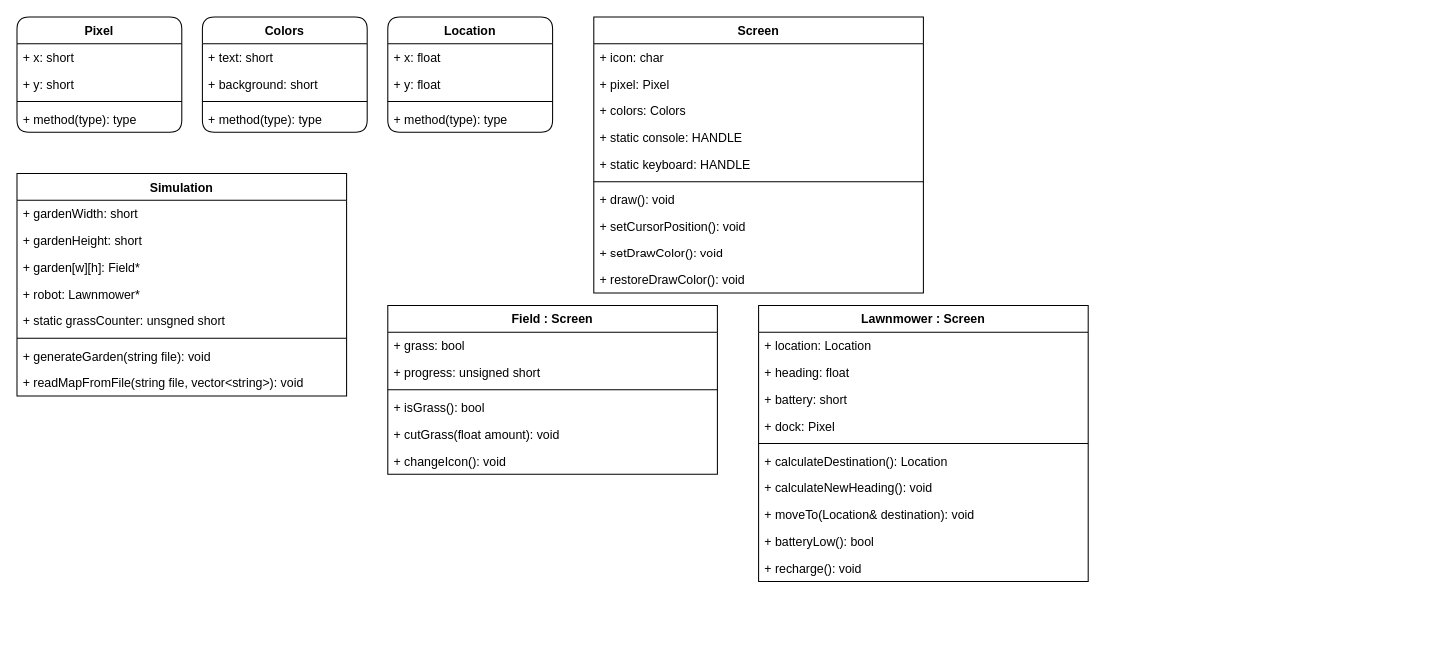
theqbz/Lawnmower keeps this draw.io diagram as classes.drawio. Above is the earlier version. Source tidied: cells renumbered, new cells numbered last; positions are measured from the earlier drawing's top-left corner, leaving out a move shared by most shapes. Both pictures are drawn from the tidied source at 103%, with x=0, y=0 at pixel (16, 16).
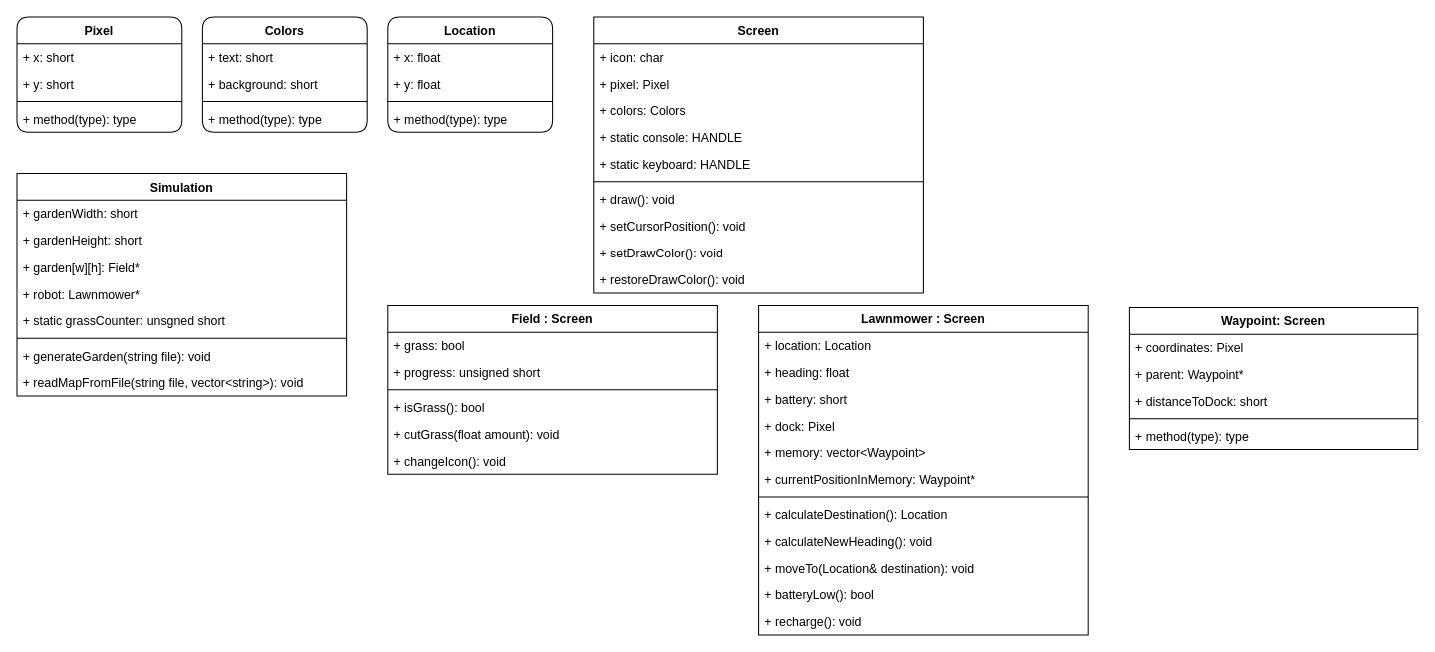
The same diagram, later.

What changed in the source:
```diff
@@
     <mxCell id="2" value="Lawnmower : Screen" style="swimlane;fontStyle=1;align=center;verticalAlign=top;horizontal=1;startSize=26;" parent="1" vertex="1">
-      <mxGeometry x="720" y="280" width="320" height="268" as="geometry" />
+      <mxGeometry x="720" y="280" width="320" height="320" as="geometry" />
     </mxCell>
@@
+    <mxCell id="55" value="+ memory: vector&lt;Waypoint&gt;" style="text;strokeColor=none;fillColor=none;align=left;verticalAlign=top;spacingLeft=4;spacingRight=4;overflow=hidden;" parent="2" vertex="1">
+      <mxGeometry y="130" width="320" height="26" as="geometry" />
+    </mxCell>
+    <mxCell id="56" value="+ currentPositionInMemory: Waypoint*" style="text;strokeColor=none;fillColor=none;align=left;verticalAlign=top;spacingLeft=4;spacingRight=4;overflow=hidden;" parent="2" vertex="1">
+      <mxGeometry y="156" width="320" height="26" as="geometry" />
+    </mxCell>
     <mxCell id="7" style="line;strokeWidth=1;fillColor=none;align=left;verticalAlign=middle;spacingTop=-1;spacingLeft=3;spacingRight=3;labelPosition=right;strokeColor=inherit;" parent="2" vertex="1">
-      <mxGeometry y="130" width="320" height="8" as="geometry" />
+      <mxGeometry y="182" width="320" height="8" as="geometry" />
     </mxCell>
     <mxCell id="8" value="+ calculateDestination(): Location" style="text;strokeColor=none;fillColor=none;align=left;verticalAlign=top;spacingLeft=4;spacingRight=4;overflow=hidden;" parent="2" vertex="1">
-      <mxGeometry y="138" width="320" height="26" as="geometry" />
+      <mxGeometry y="190" width="320" height="26" as="geometry" />
     </mxCell>
     <mxCell id="9" value="+ calculateNewHeading(): void" style="text;strokeColor=none;fillColor=none;align=left;verticalAlign=top;spacingLeft=4;spacingRight=4;overflow=hidden;" parent="2" vertex="1">
-      <mxGeometry y="164" width="320" height="26" as="geometry" />
+      <mxGeometry y="216" width="320" height="26" as="geometry" />
     </mxCell>
     <mxCell id="10" value="+ moveTo(Location&amp; destination): void" style="text;strokeColor=none;fillColor=none;align=left;verticalAlign=top;spacingLeft=4;spacingRight=4;overflow=hidden;" parent="2" vertex="1">
-      <mxGeometry y="190" width="320" height="26" as="geometry" />
+      <mxGeometry y="242" width="320" height="26" as="geometry" />
     </mxCell>
     <mxCell id="11" value="+ batteryLow(): bool" style="text;strokeColor=none;fillColor=none;align=left;verticalAlign=top;spacingLeft=4;spacingRight=4;overflow=hidden;" parent="2" vertex="1">
-      <mxGeometry y="216" width="320" height="26" as="geometry" />
+      <mxGeometry y="268" width="320" height="26" as="geometry" />
     </mxCell>
     <mxCell id="12" value="+ recharge(): void" style="text;strokeColor=none;fillColor=none;align=left;verticalAlign=top;spacingLeft=4;spacingRight=4;overflow=hidden;" parent="2" vertex="1">
-      <mxGeometry y="242" width="320" height="26" as="geometry" />
+      <mxGeometry y="294" width="320" height="26" as="geometry" />
     </mxCell>
@@
+    <mxCell id="57" value="Waypoint: Screen" style="swimlane;fontStyle=1;align=center;verticalAlign=top;horizontal=1;startSize=26;rounded=0;" parent="1" vertex="1">
+      <mxGeometry x="1080" y="282" width="280" height="138" as="geometry" />
+    </mxCell>
+    <mxCell id="58" value="+ coordinates: Pixel" style="text;strokeColor=none;fillColor=none;align=left;verticalAlign=top;spacingLeft=4;spacingRight=4;overflow=hidden;rounded=1;" parent="57" vertex="1">
+      <mxGeometry y="26" width="280" height="26" as="geometry" />
+    </mxCell>
+    <mxCell id="59" value="+ parent: Waypoint*" style="text;strokeColor=none;fillColor=none;align=left;verticalAlign=top;spacingLeft=4;spacingRight=4;overflow=hidden;rounded=1;" parent="57" vertex="1">
+      <mxGeometry y="52" width="280" height="26" as="geometry" />
+    </mxCell>
+    <mxCell id="60" value="+ distanceToDock: short" style="text;strokeColor=none;fillColor=none;align=left;verticalAlign=top;spacingLeft=4;spacingRight=4;overflow=hidden;rounded=1;" parent="57" vertex="1">
+      <mxGeometry y="78" width="280" height="26" as="geometry" />
+    </mxCell>
+    <mxCell id="61" style="line;strokeWidth=1;fillColor=none;align=left;verticalAlign=middle;spacingTop=-1;spacingLeft=3;spacingRight=3;labelPosition=right;strokeColor=inherit;rounded=1;" parent="57" vertex="1">
+      <mxGeometry y="104" width="280" height="8" as="geometry" />
+    </mxCell>
+    <mxCell id="62" value="+ method(type): type" style="text;strokeColor=none;fillColor=none;align=left;verticalAlign=top;spacingLeft=4;spacingRight=4;overflow=hidden;rounded=1;" parent="57" vertex="1">
+      <mxGeometry y="112" width="280" height="26" as="geometry" />
+    </mxCell>
```
